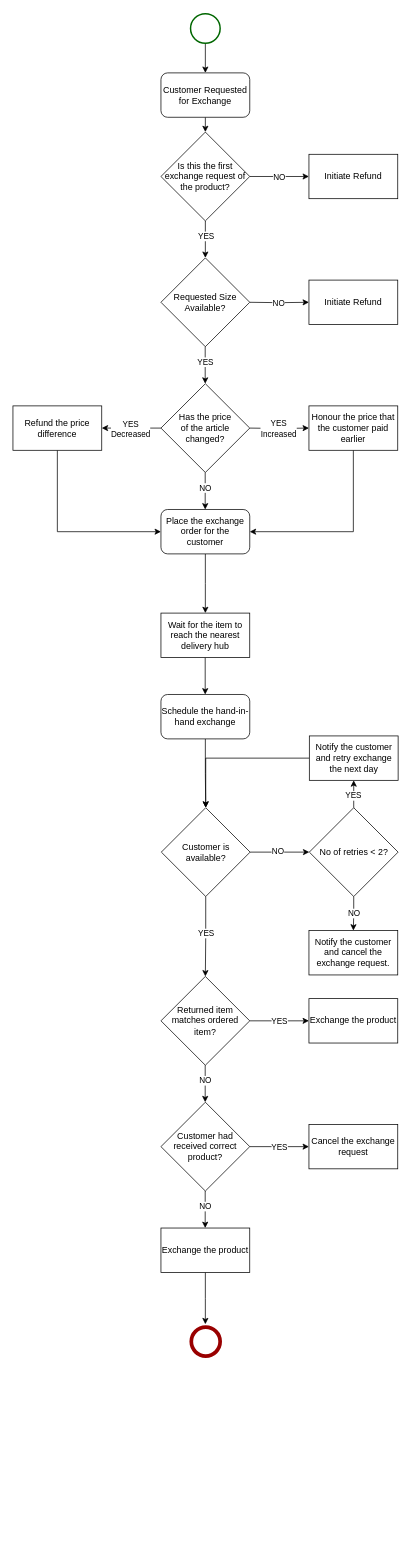
Earlier version of the draw.io diagram Exchange.drawio (SaketNarayane/ProcessFlows). Source tidied: cells renumbered, new cells numbered last; positions are measured from the earlier drawing's top-left corner, leaving out a move shared by most shapes. Both pictures are drawn from the tidied source at 74%, with x=0, y=0 at pixel (13, 13).
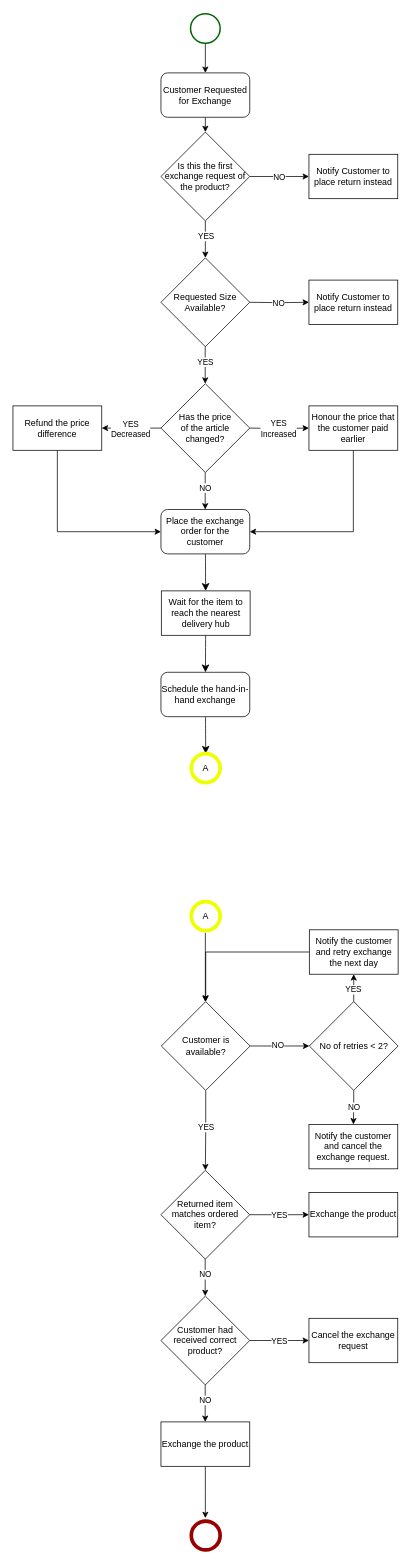
The same diagram, later.

The change refers to these unchanged cells:
```xml
<mxCell id="30" value="Place the exchange order for the customer" style="rounded=1;whiteSpace=wrap;html=1;" parent="1" vertex="1">
  <mxGeometry x="200" y="670" width="120" height="60" as="geometry" />
</mxCell>
```

Change to the diagram source:
```diff
@@
-    <mxCell id="11" value="Initiate Refund" style="whiteSpace=wrap;html=1;" parent="1" vertex="1">
+    <mxCell id="11" value="Notify Customer to place return instead" style="whiteSpace=wrap;html=1;" parent="1" vertex="1">
       <mxGeometry x="400" y="190" width="120" height="60" as="geometry" />
     </mxCell>
@@
-    <mxCell id="15" value="Initiate Refund" style="whiteSpace=wrap;html=1;" parent="1" vertex="1">
+    <mxCell id="15" value="Notify Customer to place return instead" style="whiteSpace=wrap;html=1;" parent="1" vertex="1">
       <mxGeometry x="400" y="360" width="120" height="60" as="geometry" />
     </mxCell>
@@
-    <mxCell id="29" style="edgeStyle=orthogonalEdgeStyle;rounded=0;jettySize=auto;html=1;" parent="1" edge="1" source="30">
-      <mxGeometry relative="1" as="geometry">
-        <mxPoint x="260" y="810" as="targetPoint" />
-      </mxGeometry>
-    </mxCell>
+    <mxCell id="63" style="edgeStyle=none;curved=1;rounded=0;jettySize=auto;html=1;fontSize=12;startSize=8;endSize=8;" parent="1" edge="1" source="30" target="49">
+      <mxGeometry relative="1" as="geometry" />
+    </mxCell>
@@
-    <mxCell id="31" style="edgeStyle=orthogonalEdgeStyle;rounded=0;jettySize=auto;html=1;" parent="1" edge="1" source="32" target="54">
-      <mxGeometry relative="1" as="geometry" />
+    <mxCell id="31" style="edgeStyle=orthogonalEdgeStyle;rounded=0;jettySize=auto;html=1;" parent="1" edge="1" target="54">
+      <mxGeometry relative="1" as="geometry">
+        <mxPoint x="260" y="1242" as="sourcePoint" />
+      </mxGeometry>
     </mxCell>
+    <mxCell id="64" style="edgeStyle=none;curved=1;rounded=0;jettySize=auto;html=1;fontSize=12;startSize=8;endSize=8;" parent="1" edge="1" source="32" target="66">
+      <mxGeometry relative="1" as="geometry" />
+    </mxCell>
     <mxCell id="32" value="Schedule the hand-in-hand exchange" style="rounded=1;whiteSpace=wrap;html=1;" parent="1" vertex="1">
-      <mxGeometry x="200" y="920" width="120" height="60" as="geometry" />
+      <mxGeometry x="200" y="890" width="120" height="60" as="geometry" />
     </mxCell>
-    <mxCell id="33" style="edgeStyle=orthogonalEdgeStyle;rounded=0;orthogonalLoop=1;jettySize=auto;html=1;exitX=0.5;exitY=1;exitDx=0;exitDy=0;" parent="1" edge="1">
-      <mxGeometry relative="1" as="geometry">
-        <mxPoint x="259.8" y="870" as="sourcePoint" />
-        <mxPoint x="259.8" y="920" as="targetPoint" />
-      </mxGeometry>
-    </mxCell>
     <mxCell id="34" value="Returned item matches ordered item?" style="rhombus;whiteSpace=wrap;html=1;" parent="1" vertex="1">
-      <mxGeometry x="200" y="1301" width="120" height="120" as="geometry" />
+      <mxGeometry x="200" y="1563" width="120" height="120" as="geometry" />
     </mxCell>
     <mxCell id="35" style="edgeStyle=orthogonalEdgeStyle;rounded=0;orthogonalLoop=1;jettySize=auto;html=1;exitX=0.5;exitY=1;exitDx=0;exitDy=0;" parent="1" edge="1">
       <mxGeometry relative="1" as="geometry">
-        <mxPoint x="259.8" y="1421" as="sourcePoint" />
-        <mxPoint x="259.8" y="1471" as="targetPoint" />
+        <mxPoint x="259.8" y="1683" as="sourcePoint" />
+        <mxPoint x="259.8" y="1733" as="targetPoint" />
       </mxGeometry>
     </mxCell>
@@
     <mxCell id="37" style="edgeStyle=orthogonalEdgeStyle;rounded=0;orthogonalLoop=1;jettySize=auto;html=1;exitX=1;exitY=0.5;exitDx=0;exitDy=0;entryX=0;entryY=0.5;entryDx=0;entryDy=0;" parent="1" edge="1">
       <mxGeometry relative="1" as="geometry">
-        <mxPoint x="320" y="1361" as="sourcePoint" />
-        <mxPoint x="400" y="1361" as="targetPoint" />
+        <mxPoint x="320" y="1623" as="sourcePoint" />
+        <mxPoint x="400" y="1623" as="targetPoint" />
       </mxGeometry>
     </mxCell>
@@
     <mxCell id="39" value="Exchange the product" style="whiteSpace=wrap;html=1;" parent="1" vertex="1">
-      <mxGeometry x="400" y="1331" width="120" height="60" as="geometry" />
+      <mxGeometry x="400" y="1593" width="120" height="60" as="geometry" />
     </mxCell>
     <mxCell id="40" value="Customer had received correct product?" style="rhombus;whiteSpace=wrap;html=1;" parent="1" vertex="1">
-      <mxGeometry x="200" y="1471" width="120" height="120" as="geometry" />
+      <mxGeometry x="200" y="1733" width="120" height="120" as="geometry" />
     </mxCell>
     <mxCell id="41" style="edgeStyle=orthogonalEdgeStyle;rounded=0;orthogonalLoop=1;jettySize=auto;html=1;exitX=1;exitY=0.5;exitDx=0;exitDy=0;entryX=0;entryY=0.5;entryDx=0;entryDy=0;" parent="1" edge="1">
       <mxGeometry relative="1" as="geometry">
-        <mxPoint x="320" y="1531" as="sourcePoint" />
-        <mxPoint x="400" y="1531" as="targetPoint" />
+        <mxPoint x="320" y="1793" as="sourcePoint" />
+        <mxPoint x="400" y="1793" as="targetPoint" />
       </mxGeometry>
     </mxCell>
@@
     <mxCell id="43" style="edgeStyle=orthogonalEdgeStyle;rounded=0;orthogonalLoop=1;jettySize=auto;html=1;exitX=0.5;exitY=1;exitDx=0;exitDy=0;" parent="1" edge="1">
       <mxGeometry relative="1" as="geometry">
-        <mxPoint x="259.8" y="1591" as="sourcePoint" />
-        <mxPoint x="259.8" y="1641" as="targetPoint" />
+        <mxPoint x="259.8" y="1853" as="sourcePoint" />
+        <mxPoint x="259.8" y="1903" as="targetPoint" />
       </mxGeometry>
     </mxCell>
@@
     <mxCell id="45" value="Cancel the exchange request" style="whiteSpace=wrap;html=1;" parent="1" vertex="1">
-      <mxGeometry x="400" y="1501" width="120" height="60" as="geometry" />
+      <mxGeometry x="400" y="1763" width="120" height="60" as="geometry" />
     </mxCell>
     <mxCell id="46" style="edgeStyle=orthogonalEdgeStyle;rounded=0;jettySize=auto;html=1;" parent="1" edge="1" source="47">
       <mxGeometry relative="1" as="geometry">
-        <mxPoint x="260" y="1771" as="targetPoint" />
+        <mxPoint x="260" y="2033" as="targetPoint" />
       </mxGeometry>
     </mxCell>
     <mxCell id="47" value="Exchange the product" style="whiteSpace=wrap;html=1;" parent="1" vertex="1">
-      <mxGeometry x="200" y="1641" width="120" height="60" as="geometry" />
+      <mxGeometry x="200" y="1903" width="120" height="60" as="geometry" />
     </mxCell>
     <mxCell id="48" style="shape=ellipse;html=1;dashed=0;whiteSpace=wrap;strokeWidth=5;perimeter=ellipsePerimeter;strokeColor=#990000;" parent="1" vertex="1">
-      <mxGeometry x="241" y="1775" width="39" height="39" as="geometry" />
+      <mxGeometry x="241" y="2037" width="39" height="39" as="geometry" />
     </mxCell>
+    <mxCell id="65" style="edgeStyle=none;curved=1;rounded=0;jettySize=auto;html=1;fontSize=12;startSize=8;endSize=8;" parent="1" edge="1" source="49" target="32">
+      <mxGeometry relative="1" as="geometry" />
+    </mxCell>
     <mxCell id="49" value="Wait for the item to reach the nearest delivery hub" style="rounded=0;whiteSpace=wrap;html=1;" parent="1" vertex="1">
-      <mxGeometry x="200" y="810" width="120" height="60" as="geometry" />
+      <mxGeometry x="200.5" y="780" width="120" height="60" as="geometry" />
     </mxCell>
@@
     <mxCell id="54" value="Customer is available?" style="rhombus;whiteSpace=wrap;html=1;" parent="1" vertex="1">
-      <mxGeometry x="200.5" y="1073" width="120" height="120" as="geometry" />
+      <mxGeometry x="200.5" y="1335" width="120" height="120" as="geometry" />
     </mxCell>
@@
     <mxCell id="56" value="Notify the customer and retry exchange the next day" style="whiteSpace=wrap;html=1;" parent="1" vertex="1">
-      <mxGeometry x="400.5" y="976" width="120" height="60" as="geometry" />
+      <mxGeometry x="400.5" y="1238" width="120" height="60" as="geometry" />
     </mxCell>
@@
     <mxCell id="61" value="No of retries &amp;lt; 2?" style="rhombus;whiteSpace=wrap;html=1;" parent="1" vertex="1">
-      <mxGeometry x="400.5" y="1073" width="120" height="120" as="geometry" />
+      <mxGeometry x="400.5" y="1335" width="120" height="120" as="geometry" />
     </mxCell>
     <mxCell id="62" value="Notify the customer and cancel the exchange request." style="whiteSpace=wrap;html=1;" parent="1" vertex="1">
-      <mxGeometry x="400" y="1239" width="120" height="60" as="geometry" />
+      <mxGeometry x="400" y="1501" width="120" height="60" as="geometry" />
     </mxCell>
+    <mxCell id="66" value="A" style="shape=ellipse;html=1;dashed=0;whiteSpace=wrap;strokeWidth=5;perimeter=ellipsePerimeter;strokeColor=#eeff00;gradientColor=none;" parent="1" vertex="1">
+      <mxGeometry x="241" y="1000" width="39" height="39" as="geometry" />
+    </mxCell>
+    <mxCell id="67" value="A" style="shape=ellipse;html=1;dashed=0;whiteSpace=wrap;strokeWidth=5;perimeter=ellipsePerimeter;strokeColor=#eeff00;gradientColor=none;" parent="1" vertex="1">
+      <mxGeometry x="241" y="1200" width="39" height="39" as="geometry" />
+    </mxCell>
```
